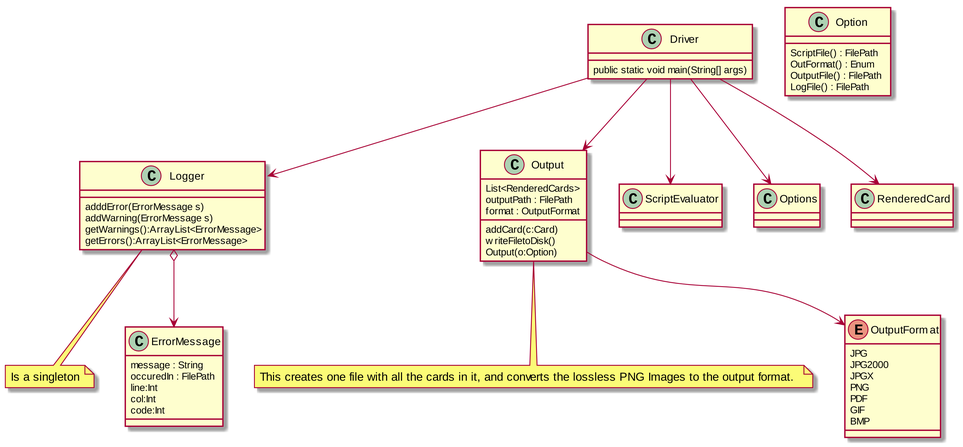
MatthewBregg/DesignPatternsRepo keeps this PlantUML diagram as DriverUML.png. Above is the earlier version. The source it was exported from:
```plantuml
@startuml
skinparam dpi 300

class Logger
Logger : adddError(ErrorMessage s)
Logger : addWarning(ErrorMessage s)
Logger : getWarnings():ArrayList<ErrorMessage>
Logger : getErrors():ArrayList<ErrorMessage>

note bottom : Is a singleton


class ErrorMessage
ErrorMessage : message : String
ErrorMessage : occuredIn : FilePath
ErrorMessage : line:Int
ErrorMessage : col:Int
ErrorMessage : code:Int

Logger o--> ErrorMessage

class Option
Option : ScriptFile() : FilePath
Option : OutFormat() : Enum
Option : OutputFile() : FilePath
Option : LogFile() : FilePath

class Output
Output : List<RenderedCards>
Output : outputPath : FilePath
Output : format : OutputFormat
Output : addCard(c:Card)
Output : writeFiletoDisk()
Output : Output(o:Option)
note bottom : This creates one file with all the cards in it, and converts the lossless PNG Images to the output format.


enum OutputFormat {
  JPG
  JPG2000
  JPGX
  PNG
  PDF
  GIF
  BMP
}

class Driver
Driver : public static void main(String[] args)

Output --> OutputFormat

Driver --> Output
Driver --> ScriptEvaluator
Driver --> Options
Driver --> Logger
Driver --> RenderedCard




@enduml
```
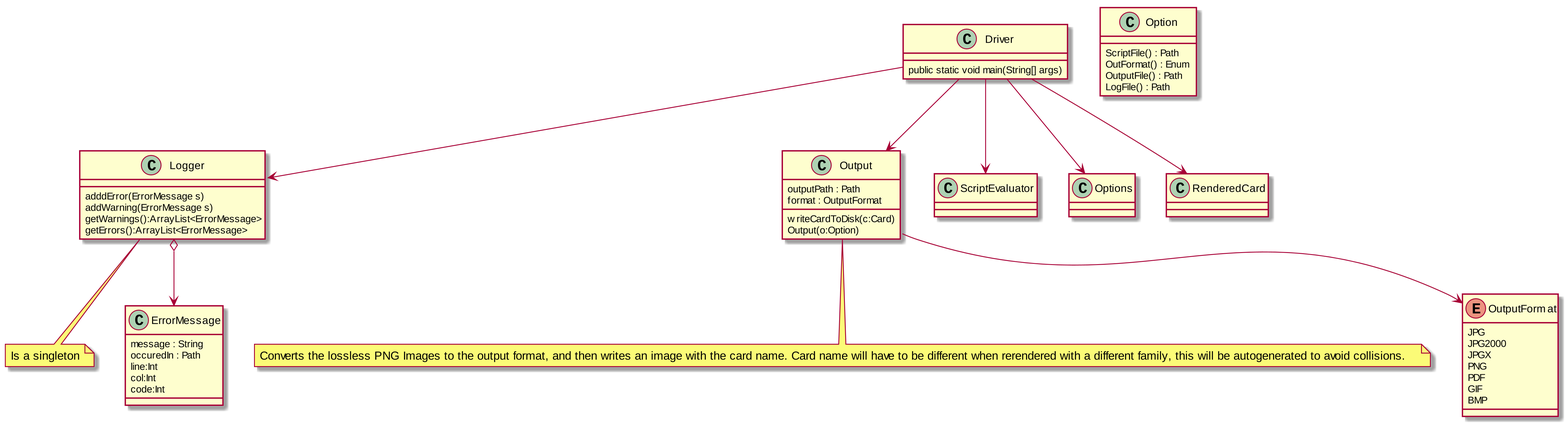
After the change.

Commit message:
Driver now outputs per card

Change to the diagram source:
```diff
@@ -12,7 +12,7 @@
 
 class ErrorMessage
 ErrorMessage : message : String
-ErrorMessage : occuredIn : FilePath
+ErrorMessage : occuredIn : Path
 ErrorMessage : line:Int
 ErrorMessage : col:Int
 ErrorMessage : code:Int
@@ -20,19 +20,17 @@
 Logger o--> ErrorMessage
 
 class Option
-Option : ScriptFile() : FilePath
+Option : ScriptFile() : Path
 Option : OutFormat() : Enum
-Option : OutputFile() : FilePath
-Option : LogFile() : FilePath
+Option : OutputFile() : Path
+Option : LogFile() : Path
 
 class Output
-Output : List<RenderedCards>
-Output : outputPath : FilePath
+Output : outputPath : Path
 Output : format : OutputFormat
-Output : addCard(c:Card)
-Output : writeFiletoDisk()
+Output : writeCardToDisk(c:Card)
 Output : Output(o:Option)
-note bottom : This creates one file with all the cards in it, and converts the lossless PNG Images to the output format.
+note bottom : Converts the lossless PNG Images to the output format, and then writes an image with the card name. Card name will have to be different when rerendered with a different family, this will be autogenerated to avoid collisions.
 
 
 enum OutputFormat {
```
